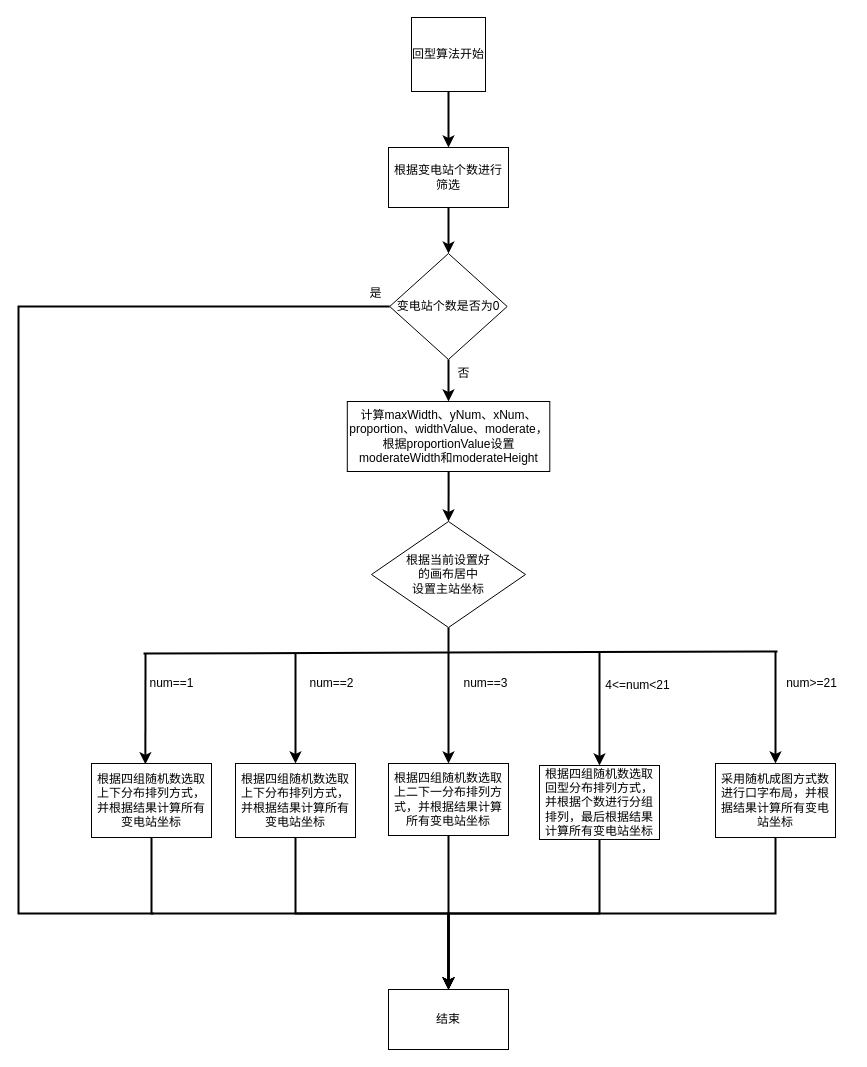
Earlier version of the draw.io diagram 流程图.drawio (MXakon/Rocket.Chat). Source tidied: cells renumbered, new cells numbered last; positions are measured from the earlier drawing's top-left corner, leaving out a move shared by most shapes. Both pictures are drawn from the tidied source at 100%, with x=0, y=0 at pixel (18, 17).
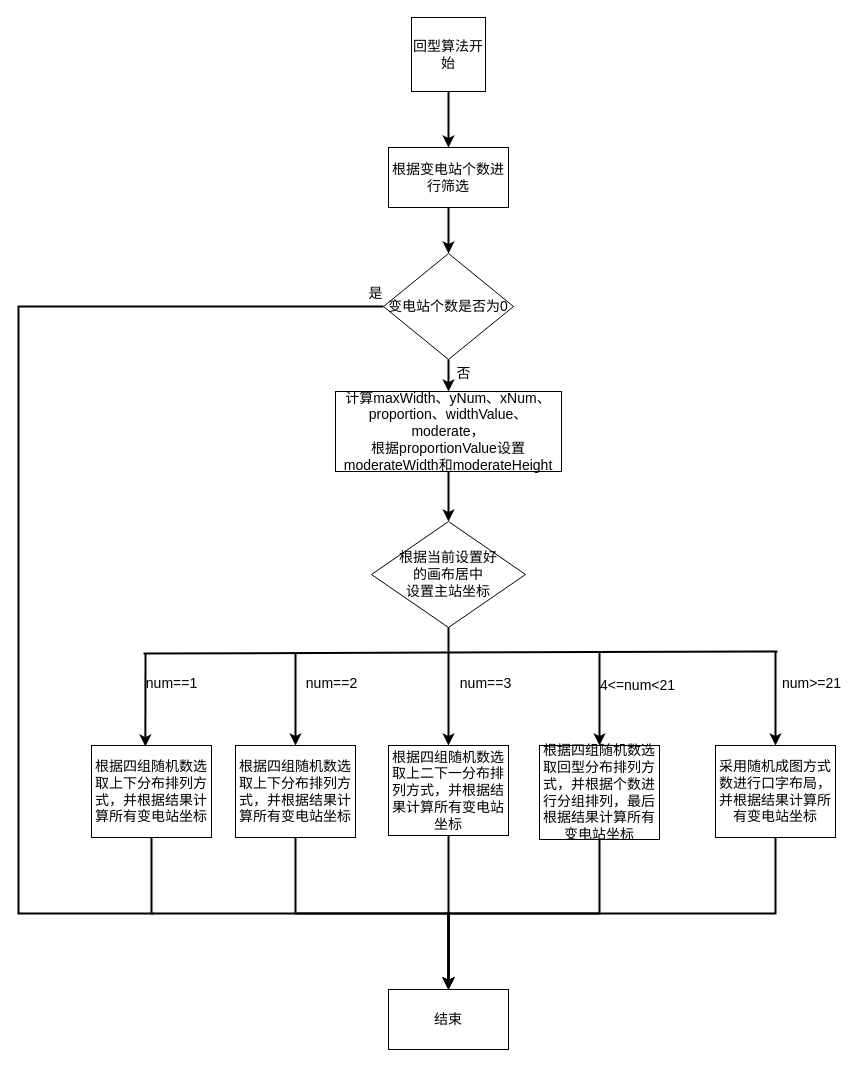
The same diagram, later.

Commit message:
更新流程图.drawio

Diff of the diagram source:
```diff
@@
-    <mxCell id="2" style="edgeStyle=orthogonalEdgeStyle;rounded=0;jettySize=auto;html=1;exitX=0.5;exitY=1;exitDx=0;exitDy=0;strokeWidth=2;" parent="1" edge="1" source="3" target="5">
+    <mxCell id="2" style="edgeStyle=orthogonalEdgeStyle;rounded=0;jettySize=auto;html=1;exitX=0.5;exitY=1;exitDx=0;exitDy=0;strokeWidth=2;fontSize=14;" parent="1" edge="1" source="3" target="5">
       <mxGeometry relative="1" as="geometry" />
     </mxCell>
-    <mxCell id="3" value="回型算法开始" style="whiteSpace=wrap;html=1;" parent="1" vertex="1">
+    <mxCell id="3" value="回型算法开始" style="whiteSpace=wrap;html=1;fontSize=14;" parent="1" vertex="1">
       <mxGeometry x="393" width="74" height="74" as="geometry" />
     </mxCell>
-    <mxCell id="4" style="edgeStyle=orthogonalEdgeStyle;rounded=0;jettySize=auto;html=1;strokeWidth=2;" parent="1" edge="1" source="5" target="8">
+    <mxCell id="4" style="edgeStyle=orthogonalEdgeStyle;rounded=0;jettySize=auto;html=1;strokeWidth=2;fontSize=14;" parent="1" edge="1" source="5" target="8">
       <mxGeometry relative="1" as="geometry">
         <Array as="points">
           <mxPoint x="430" y="210" />
           <mxPoint x="430" y="210" />
         </Array>
       </mxGeometry>
     </mxCell>
-    <mxCell id="5" value="根据变电站个数进行筛选" style="whiteSpace=wrap;html=1;" parent="1" vertex="1">
+    <mxCell id="5" value="根据变电站个数进行筛选" style="whiteSpace=wrap;html=1;fontSize=14;" parent="1" vertex="1">
       <mxGeometry x="370" y="130" width="120" height="60" as="geometry" />
     </mxCell>
-    <mxCell id="6" style="edgeStyle=orthogonalEdgeStyle;rounded=0;jettySize=auto;html=1;strokeWidth=2;" parent="1" edge="1" source="8" target="11">
+    <mxCell id="6" style="edgeStyle=orthogonalEdgeStyle;rounded=0;jettySize=auto;html=1;strokeWidth=2;fontSize=14;" parent="1" edge="1" source="8" target="11">
       <mxGeometry relative="1" as="geometry">
         <Array as="points">
           <mxPoint x="430" y="360" />
           <mxPoint x="430" y="360" />
         </Array>
       </mxGeometry>
     </mxCell>
-    <mxCell id="7" style="edgeStyle=orthogonalEdgeStyle;rounded=0;jettySize=auto;html=1;exitX=0;exitY=0.5;exitDx=0;exitDy=0;endArrow=none;endFill=0;strokeWidth=2;" parent="1" edge="1" source="8">
+    <mxCell id="7" style="edgeStyle=orthogonalEdgeStyle;rounded=0;jettySize=auto;html=1;exitX=0;exitY=0.5;exitDx=0;exitDy=0;endArrow=none;endFill=0;strokeWidth=2;fontSize=14;" parent="1" edge="1" source="8">
       <mxGeometry relative="1" as="geometry">
         <mxPoint x="135" y="896" as="targetPoint" />
         <Array as="points">
           <mxPoint y="289" />
           <mxPoint y="896" />
         </Array>
       </mxGeometry>
     </mxCell>
-    <mxCell id="8" value="变电站个数是否为0" style="rhombus;whiteSpace=wrap;html=1;" parent="1" vertex="1">
-      <mxGeometry x="371.2" y="236" width="117.5" height="106" as="geometry" />
+    <mxCell id="8" value="变电站个数是否为0" style="rhombus;whiteSpace=wrap;html=1;fontSize=14;" parent="1" vertex="1">
+      <mxGeometry x="365" y="236" width="130" height="106" as="geometry" />
     </mxCell>
-    <mxCell id="9" value="结束" style="whiteSpace=wrap;html=1;" parent="1" vertex="1">
+    <mxCell id="9" value="结束" style="whiteSpace=wrap;html=1;fontSize=14;" parent="1" vertex="1">
       <mxGeometry x="370" y="972" width="120" height="60" as="geometry" />
     </mxCell>
-    <mxCell id="10" style="edgeStyle=orthogonalEdgeStyle;rounded=0;jettySize=auto;html=1;strokeWidth=2;" parent="1" edge="1" source="11" target="12">
+    <mxCell id="10" style="edgeStyle=orthogonalEdgeStyle;rounded=0;jettySize=auto;html=1;strokeWidth=2;fontSize=14;" parent="1" edge="1" source="11" target="12">
       <mxGeometry relative="1" as="geometry" />
     </mxCell>
-    <mxCell id="11" value="&lt;div style=&quot;&quot;&gt;&lt;span style=&quot;background-color: initial;&quot;&gt;计算maxWidth、yNum、&lt;/span&gt;&lt;span style=&quot;background-color: initial;&quot;&gt;xNum、&lt;/span&gt;&lt;span style=&quot;background-color: initial;&quot;&gt;proportion、widthValue、moderate，&lt;/span&gt;&lt;/div&gt;&lt;div style=&quot;&quot;&gt;根据proportionValue设置&lt;/div&gt;&lt;div style=&quot;&quot;&gt;&lt;span style=&quot;background-color: initial;&quot;&gt;moderateWidth和&lt;/span&gt;&lt;span style=&quot;background-color: initial;&quot;&gt;moderateHeight&lt;/span&gt;&lt;/div&gt;" style="html=1;align=center;labelPosition=center;verticalLabelPosition=middle;verticalAlign=middle;whiteSpace=wrap;" parent="1" vertex="1">
-      <mxGeometry x="328.8" y="384" width="202.5" height="70" as="geometry" />
+    <mxCell id="11" value="&lt;div style=&quot;font-size: 14px;&quot;&gt;&lt;span style=&quot;background-color: initial; font-size: 14px;&quot;&gt;计算maxWidth、yNum、&lt;/span&gt;&lt;span style=&quot;background-color: initial; font-size: 14px;&quot;&gt;xNum、&lt;/span&gt;&lt;span style=&quot;background-color: initial; font-size: 14px;&quot;&gt;proportion、widthValue、moderate，&lt;/span&gt;&lt;/div&gt;&lt;div style=&quot;font-size: 14px;&quot;&gt;根据proportionValue设置&lt;/div&gt;&lt;div style=&quot;font-size: 14px;&quot;&gt;&lt;span style=&quot;background-color: initial; font-size: 14px;&quot;&gt;moderateWidth和&lt;/span&gt;&lt;span style=&quot;background-color: initial; font-size: 14px;&quot;&gt;moderateHeight&lt;/span&gt;&lt;/div&gt;" style="html=1;align=center;labelPosition=center;verticalLabelPosition=middle;verticalAlign=middle;whiteSpace=wrap;fontSize=14;" parent="1" vertex="1">
+      <mxGeometry x="317" y="374" width="226" height="80" as="geometry" />
     </mxCell>
-    <mxCell id="12" value="根据当前设置好&lt;br&gt;的画布居中&lt;br&gt;设置主站坐标" style="rhombus;whiteSpace=wrap;html=1;" parent="1" vertex="1">
+    <mxCell id="12" value="根据当前设置好&lt;br style=&quot;font-size: 14px;&quot;&gt;的画布居中&lt;br style=&quot;font-size: 14px;&quot;&gt;设置主站坐标" style="rhombus;whiteSpace=wrap;html=1;fontSize=14;" parent="1" vertex="1">
       <mxGeometry x="353" y="504" width="154" height="106" as="geometry" />
     </mxCell>
-    <mxCell id="13" style="edgeStyle=orthogonalEdgeStyle;rounded=0;jettySize=auto;html=1;exitX=0.5;exitY=1;exitDx=0;exitDy=0;entryX=0.5;entryY=0;entryDx=0;entryDy=0;strokeWidth=2;" parent="1" edge="1" source="14" target="9">
+    <mxCell id="13" style="edgeStyle=orthogonalEdgeStyle;rounded=0;jettySize=auto;html=1;exitX=0.5;exitY=1;exitDx=0;exitDy=0;entryX=0.5;entryY=0;entryDx=0;entryDy=0;strokeWidth=2;fontSize=14;" parent="1" edge="1" source="14" target="9">
       <mxGeometry relative="1" as="geometry" />
     </mxCell>
-    <mxCell id="14" value="根据四组随机数选取上下分布排列方式，并根据结果计算所有变电站坐标" style="whiteSpace=wrap;html=1;" parent="1" vertex="1">
-      <mxGeometry x="73" y="746" width="120" height="74" as="geometry" />
+    <mxCell id="14" value="根据四组随机数选取上下分布排列方式，并根据结果计算所有变电站坐标" style="whiteSpace=wrap;html=1;fontSize=14;" parent="1" vertex="1">
+      <mxGeometry x="73" y="728" width="120" height="92" as="geometry" />
     </mxCell>
-    <mxCell id="15" style="edgeStyle=orthogonalEdgeStyle;rounded=0;jettySize=auto;html=1;exitX=0.5;exitY=1;exitDx=0;exitDy=0;entryX=0.5;entryY=0;entryDx=0;entryDy=0;strokeWidth=2;" parent="1" edge="1" source="16" target="9">
+    <mxCell id="15" style="edgeStyle=orthogonalEdgeStyle;rounded=0;jettySize=auto;html=1;exitX=0.5;exitY=1;exitDx=0;exitDy=0;entryX=0.5;entryY=0;entryDx=0;entryDy=0;strokeWidth=2;fontSize=14;" parent="1" edge="1" source="16" target="9">
       <mxGeometry relative="1" as="geometry">
         <Array as="points">
           <mxPoint x="581" y="896" />
           <mxPoint x="430" y="896" />
         </Array>
       </mxGeometry>
     </mxCell>
-    <mxCell id="16" value="根据四组随机数选取回型分布排列方式，并根据个数进行分组排列，最后根据结果计算所有变电站坐标" style="whiteSpace=wrap;html=1;" parent="1" vertex="1">
-      <mxGeometry x="521" y="748" width="120" height="74" as="geometry" />
+    <mxCell id="16" value="根据四组随机数选取回型分布排列方式，并根据个数进行分组排列，最后根据结果计算所有变电站坐标" style="whiteSpace=wrap;html=1;fontSize=14;" parent="1" vertex="1">
+      <mxGeometry x="521" y="728" width="120" height="94" as="geometry" />
     </mxCell>
-    <mxCell id="17" style="edgeStyle=orthogonalEdgeStyle;rounded=0;jettySize=auto;html=1;exitX=0.5;exitY=1;exitDx=0;exitDy=0;entryX=0.5;entryY=0;entryDx=0;entryDy=0;strokeWidth=2;" parent="1" edge="1" source="18" target="9">
+    <mxCell id="17" style="edgeStyle=orthogonalEdgeStyle;rounded=0;jettySize=auto;html=1;exitX=0.5;exitY=1;exitDx=0;exitDy=0;entryX=0.5;entryY=0;entryDx=0;entryDy=0;strokeWidth=2;fontSize=14;" parent="1" edge="1" source="18" target="9">
       <mxGeometry relative="1" as="geometry" />
     </mxCell>
-    <mxCell id="18" value="采用随机成图方式数进行口字布局，并根据结果计算所有变电站坐标" style="whiteSpace=wrap;html=1;" parent="1" vertex="1">
-      <mxGeometry x="697" y="746" width="120" height="74" as="geometry" />
+    <mxCell id="18" value="采用随机成图方式数进行口字布局，并根据结果计算所有变电站坐标" style="whiteSpace=wrap;html=1;fontSize=14;" parent="1" vertex="1">
+      <mxGeometry x="697" y="728" width="120" height="92" as="geometry" />
     </mxCell>
-    <mxCell id="19" style="edgeStyle=orthogonalEdgeStyle;rounded=0;jettySize=auto;html=1;exitX=0.5;exitY=1;exitDx=0;exitDy=0;entryX=0.5;entryY=0;entryDx=0;entryDy=0;strokeWidth=2;" parent="1" edge="1" source="20" target="9">
+    <mxCell id="19" style="edgeStyle=orthogonalEdgeStyle;rounded=0;jettySize=auto;html=1;exitX=0.5;exitY=1;exitDx=0;exitDy=0;entryX=0.5;entryY=0;entryDx=0;entryDy=0;strokeWidth=2;fontSize=14;" parent="1" edge="1" source="20" target="9">
       <mxGeometry relative="1" as="geometry" />
     </mxCell>
-    <mxCell id="20" value="根据四组随机数选取上二下一分布排列方式，并根据结果计算所有变电站坐标" style="whiteSpace=wrap;html=1;" parent="1" vertex="1">
-      <mxGeometry x="370" y="746" width="120" height="72" as="geometry" />
+    <mxCell id="20" value="根据四组随机数选取上二下一分布排列方式，并根据结果计算所有变电站坐标" style="whiteSpace=wrap;html=1;fontSize=14;" parent="1" vertex="1">
+      <mxGeometry x="370" y="728" width="120" height="90" as="geometry" />
     </mxCell>
-    <mxCell id="21" value="num==1" style="text;html=1;align=center;verticalAlign=middle;strokeColor=none;fillColor=none;" parent="1" vertex="1">
-      <mxGeometry x="121" y="652" width="64" height="28" as="geometry" />
+    <mxCell id="21" value="num==1" style="text;html=1;align=center;verticalAlign=middle;strokeColor=none;fillColor=none;fontSize=14;" parent="1" vertex="1">
+      <mxGeometry x="118" y="651" width="70" height="30" as="geometry" />
     </mxCell>
-    <mxCell id="22" value="num&amp;gt;=21" style="text;html=1;align=center;verticalAlign=middle;strokeColor=none;fillColor=none;" parent="1" vertex="1">
-      <mxGeometry x="758" y="652" width="70" height="28" as="geometry" />
+    <mxCell id="22" value="num&amp;gt;=21" style="text;html=1;align=center;verticalAlign=middle;strokeColor=none;fillColor=none;fontSize=14;" parent="1" vertex="1">
+      <mxGeometry x="754" y="651" width="78" height="30" as="geometry" />
     </mxCell>
-    <mxCell id="23" value="4&amp;lt;=num&amp;lt;21" style="text;html=1;align=center;verticalAlign=middle;strokeColor=none;fillColor=none;" parent="1" vertex="1">
-      <mxGeometry x="577" y="654" width="84" height="28" as="geometry" />
+    <mxCell id="23" value="4&amp;lt;=num&amp;lt;21" style="text;html=1;align=center;verticalAlign=middle;strokeColor=none;fillColor=none;fontSize=14;" parent="1" vertex="1">
+      <mxGeometry x="572" y="653" width="94" height="30" as="geometry" />
     </mxCell>
-    <mxCell id="24" style="edgeStyle=orthogonalEdgeStyle;rounded=0;jettySize=auto;html=1;exitX=0.5;exitY=1;exitDx=0;exitDy=0;entryX=0.5;entryY=0;entryDx=0;entryDy=0;strokeWidth=2;" parent="1" edge="1" source="25" target="9">
+    <mxCell id="24" style="edgeStyle=orthogonalEdgeStyle;rounded=0;jettySize=auto;html=1;exitX=0.5;exitY=1;exitDx=0;exitDy=0;entryX=0.5;entryY=0;entryDx=0;entryDy=0;strokeWidth=2;fontSize=14;" parent="1" edge="1" source="25" target="9">
       <mxGeometry relative="1" as="geometry" />
     </mxCell>
-    <mxCell id="25" value="根据四组随机数选取上下分布排列方式，并根据结果计算所有变电站坐标" style="whiteSpace=wrap;html=1;" parent="1" vertex="1">
-      <mxGeometry x="217" y="746" width="120" height="74" as="geometry" />
+    <mxCell id="25" value="根据四组随机数选取上下分布排列方式，并根据结果计算所有变电站坐标" style="whiteSpace=wrap;html=1;fontSize=14;" parent="1" vertex="1">
+      <mxGeometry x="217" y="728" width="120" height="92" as="geometry" />
     </mxCell>
-    <mxCell id="26" style="endArrow=none;html=1;rounded=0;strokeWidth=2;" parent="1" edge="1">
+    <mxCell id="26" style="endArrow=none;html=1;rounded=0;strokeWidth=2;fontSize=14;" parent="1" edge="1">
       <mxGeometry relative="1" as="geometry">
         <mxPoint x="125" y="636" as="sourcePoint" />
         <mxPoint x="759" y="634" as="targetPoint" />
       </mxGeometry>
     </mxCell>
-    <mxCell id="27" style="endArrow=classic;html=1;rounded=0;entryX=0.449;entryY=0.011;entryDx=0;entryDy=0;entryPerimeter=0;strokeWidth=2;" parent="1" edge="1" target="14">
+    <mxCell id="27" style="endArrow=classic;html=1;rounded=0;entryX=0.449;entryY=0.011;entryDx=0;entryDy=0;entryPerimeter=0;strokeWidth=2;fontSize=14;" parent="1" edge="1" target="14">
       <mxGeometry relative="1" as="geometry">
         <mxPoint x="127" y="636" as="sourcePoint" />
       </mxGeometry>
     </mxCell>
-    <mxCell id="28" style="endArrow=classic;html=1;rounded=0;entryX=0.5;entryY=0;entryDx=0;entryDy=0;strokeWidth=2;" parent="1" edge="1" target="25">
+    <mxCell id="28" style="endArrow=classic;html=1;rounded=0;entryX=0.5;entryY=0;entryDx=0;entryDy=0;strokeWidth=2;fontSize=14;" parent="1" edge="1" target="25">
       <mxGeometry relative="1" as="geometry">
         <mxPoint x="277" y="636" as="sourcePoint" />
       </mxGeometry>
     </mxCell>
-    <mxCell id="29" style="endArrow=none;html=1;rounded=0;exitX=0.5;exitY=1;exitDx=0;exitDy=0;strokeWidth=2;" parent="1" edge="1" source="12">
+    <mxCell id="29" style="endArrow=none;html=1;rounded=0;exitX=0.5;exitY=1;exitDx=0;exitDy=0;strokeWidth=2;fontSize=14;" parent="1" edge="1" source="12">
       <mxGeometry relative="1" as="geometry">
         <mxPoint x="430" y="634" as="targetPoint" />
         <Array as="points">
           <mxPoint x="430" y="624" />
         </Array>
       </mxGeometry>
     </mxCell>
-    <mxCell id="30" style="endArrow=classic;html=1;rounded=0;strokeWidth=2;" parent="1" edge="1" target="20">
+    <mxCell id="30" style="endArrow=classic;html=1;rounded=0;strokeWidth=2;fontSize=14;" parent="1" edge="1" target="20">
       <mxGeometry relative="1" as="geometry">
         <mxPoint x="430" y="634" as="sourcePoint" />
       </mxGeometry>
     </mxCell>
-    <mxCell id="31" style="endArrow=classic;html=1;rounded=0;entryX=0.5;entryY=0;entryDx=0;entryDy=0;strokeWidth=2;" parent="1" edge="1" target="18">
+    <mxCell id="31" style="endArrow=classic;html=1;rounded=0;entryX=0.5;entryY=0;entryDx=0;entryDy=0;strokeWidth=2;fontSize=14;" parent="1" edge="1" target="18">
       <mxGeometry relative="1" as="geometry">
         <mxPoint x="757" y="634" as="sourcePoint" />
       </mxGeometry>
     </mxCell>
-    <mxCell id="32" style="endArrow=classic;html=1;rounded=0;entryX=0.5;entryY=0;entryDx=0;entryDy=0;strokeWidth=2;" parent="1" edge="1" target="16">
+    <mxCell id="32" style="endArrow=classic;html=1;rounded=0;entryX=0.5;entryY=0;entryDx=0;entryDy=0;strokeWidth=2;fontSize=14;" parent="1" edge="1" target="16">
       <mxGeometry relative="1" as="geometry">
         <mxPoint x="581" y="634" as="sourcePoint" />
       </mxGeometry>
     </mxCell>
-    <mxCell id="33" value="否" style="text;html=1;align=center;verticalAlign=middle;strokeColor=none;fillColor=none;" parent="1" vertex="1">
-      <mxGeometry x="429" y="342" width="32" height="28" as="geometry" />
+    <mxCell id="33" value="否" style="text;html=1;align=center;verticalAlign=middle;strokeColor=none;fillColor=none;fontSize=14;" parent="1" vertex="1">
+      <mxGeometry x="428" y="341" width="34" height="30" as="geometry" />
     </mxCell>
-    <mxCell id="34" value="是" style="text;html=1;align=center;verticalAlign=middle;strokeColor=none;fillColor=none;" parent="1" vertex="1">
-      <mxGeometry x="341" y="262" width="32" height="28" as="geometry" />
+    <mxCell id="34" value="是" style="text;html=1;align=center;verticalAlign=middle;strokeColor=none;fillColor=none;fontSize=14;" parent="1" vertex="1">
+      <mxGeometry x="340" y="261" width="34" height="30" as="geometry" />
     </mxCell>
-    <mxCell id="35" value="num==3" style="text;html=1;align=center;verticalAlign=middle;strokeColor=none;fillColor=none;" parent="1" vertex="1">
-      <mxGeometry x="435" y="652" width="64" height="28" as="geometry" />
+    <mxCell id="35" value="num==3" style="text;html=1;align=center;verticalAlign=middle;strokeColor=none;fillColor=none;fontSize=14;" parent="1" vertex="1">
+      <mxGeometry x="432" y="651" width="70" height="30" as="geometry" />
     </mxCell>
-    <mxCell id="36" value="num==2" style="text;html=1;align=center;verticalAlign=middle;strokeColor=none;fillColor=none;" parent="1" vertex="1">
-      <mxGeometry x="281" y="652" width="64" height="28" as="geometry" />
+    <mxCell id="36" value="num==2" style="text;html=1;align=center;verticalAlign=middle;strokeColor=none;fillColor=none;fontSize=14;" parent="1" vertex="1">
+      <mxGeometry x="278" y="651" width="70" height="30" as="geometry" />
     </mxCell>
```
